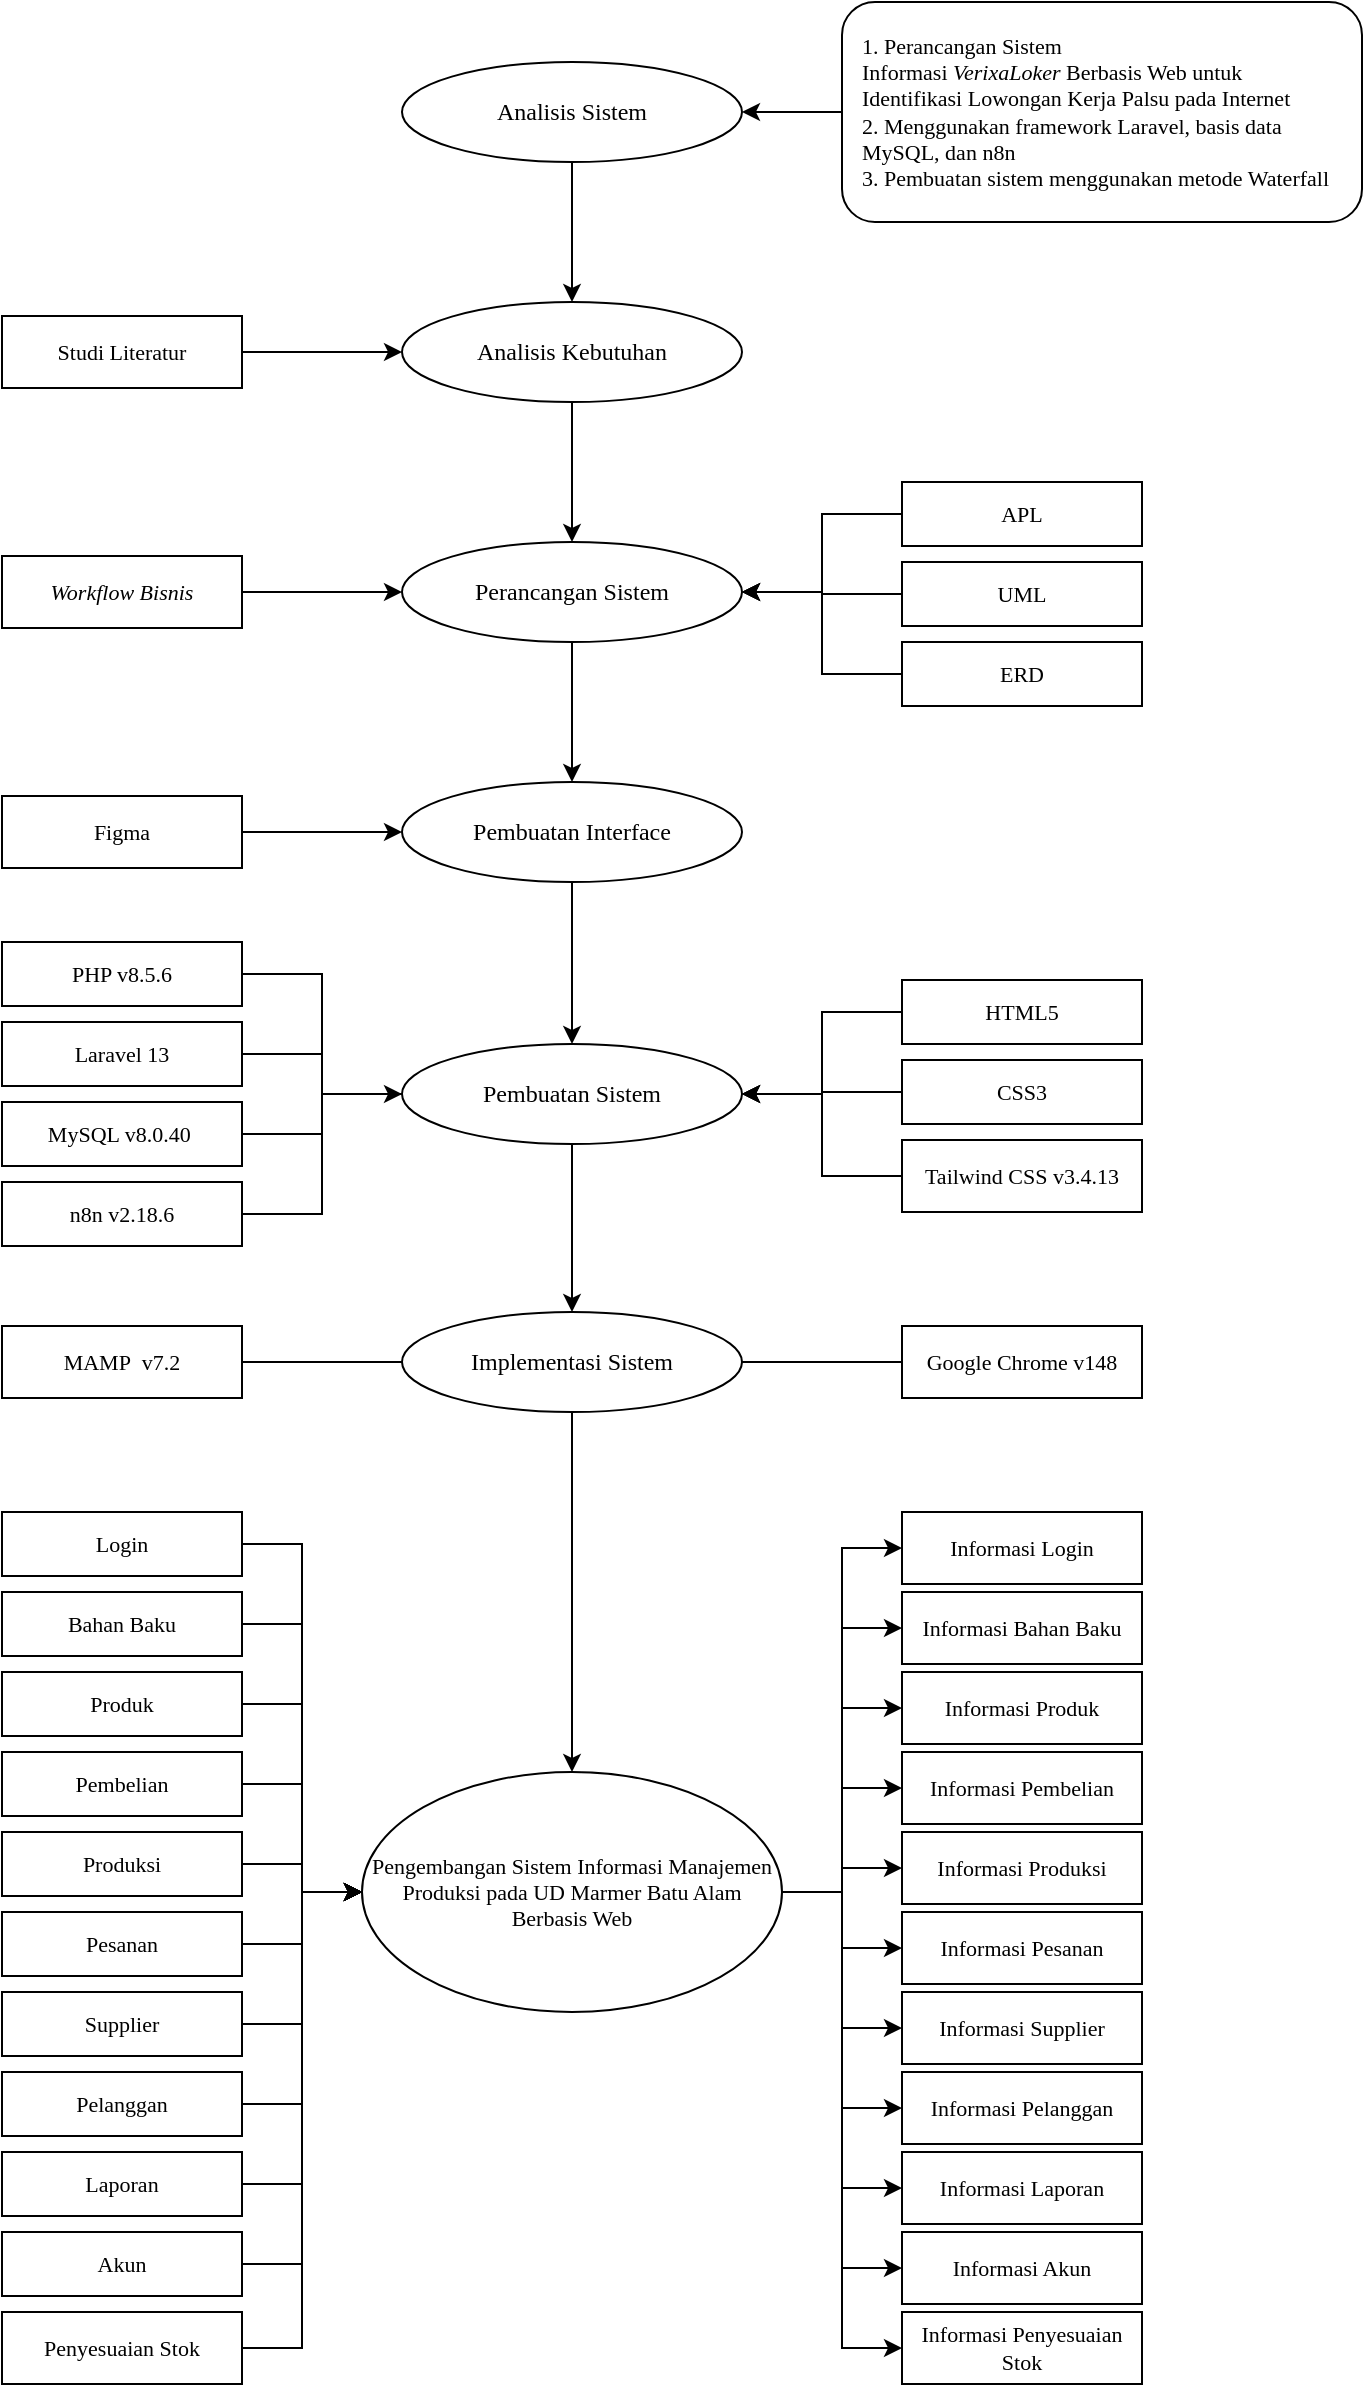
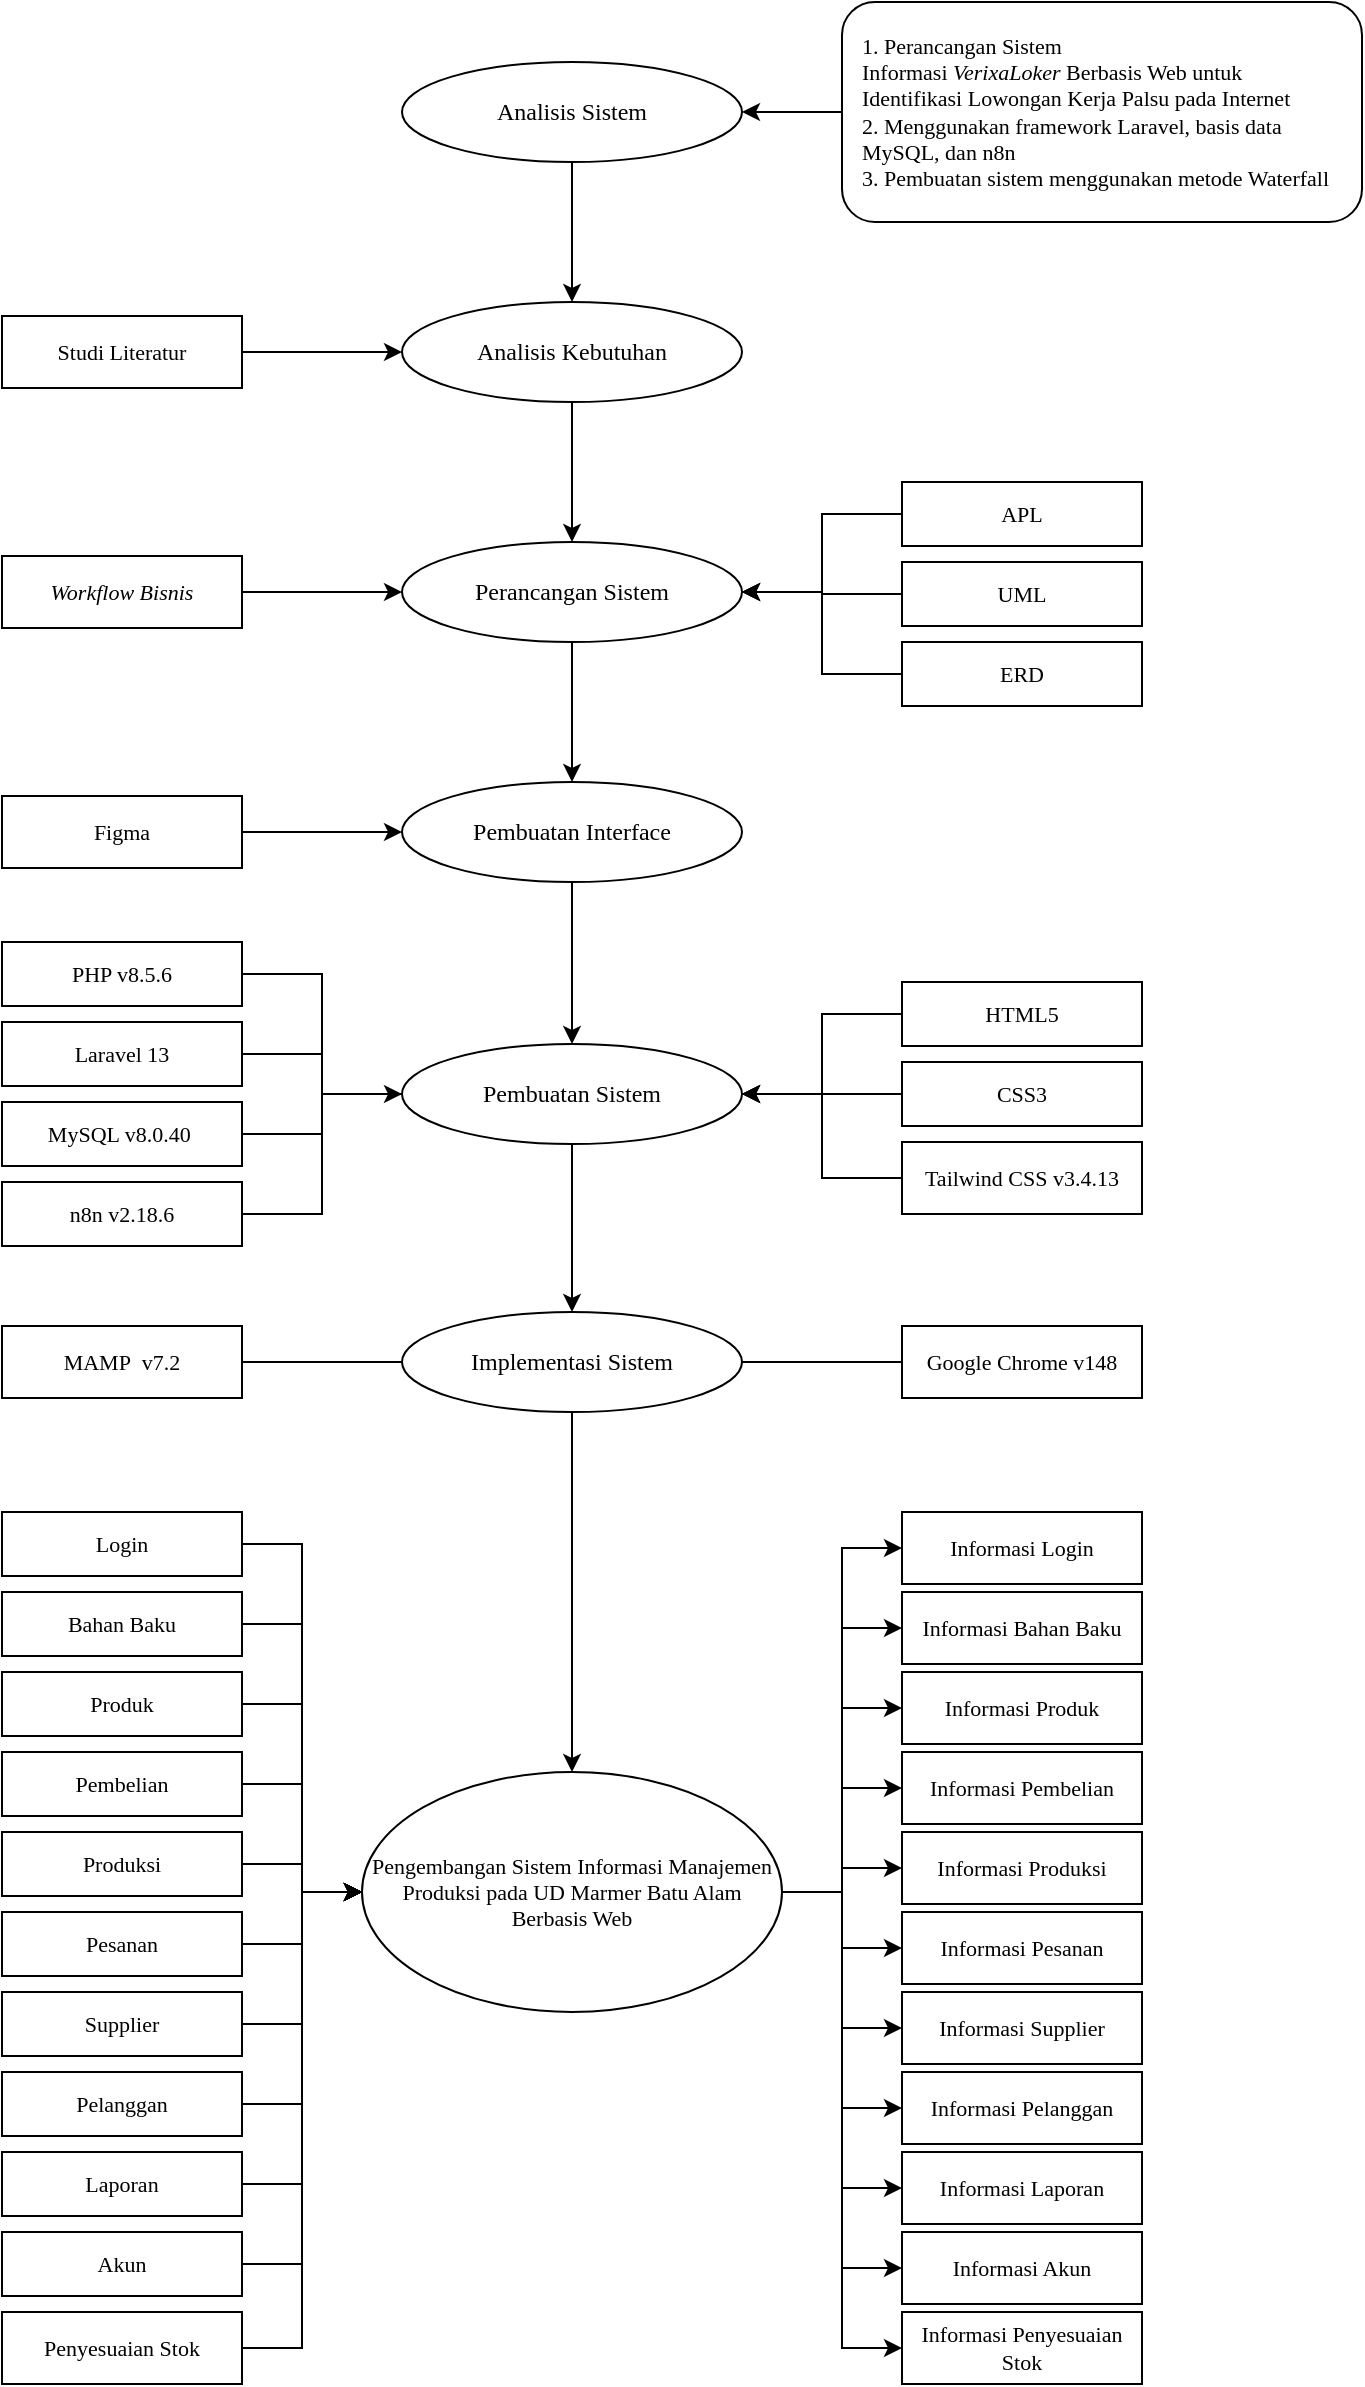
<mxfile host="app.diagrams.net">
  <diagram name="Page-1" id="yfmV3Sks-nrF4BvnnPUG">
    <mxGraphModel dx="876" dy="478" grid="1" gridSize="10" guides="1" tooltips="1" connect="1" arrows="1" fold="1" page="1" pageScale="1" pageWidth="827" pageHeight="1169" math="0" shadow="0">
      <root>
        <mxCell id="0" />
        <mxCell id="1" parent="0" />
        <mxCell id="fTyH0j3n_jQUCsVNDcWE-1" parent="1" style="ellipse;whiteSpace=wrap;html=1;fillColor=#ffffff;strokeColor=#000000;fontFamily=Times New Roman;fontSize=12;" value="Analisis Sistem" vertex="1">
          <mxGeometry height="50" width="170" x="580" y="110" as="geometry" />
        </mxCell>
        <mxCell id="fTyH0j3n_jQUCsVNDcWE-2" parent="1" style="ellipse;whiteSpace=wrap;html=1;fillColor=#ffffff;strokeColor=#000000;fontFamily=Times New Roman;fontSize=12;" value="Analisis Kebutuhan" vertex="1">
          <mxGeometry height="50" width="170" x="580" y="230" as="geometry" />
        </mxCell>
        <mxCell id="fTyH0j3n_jQUCsVNDcWE-3" parent="1" style="ellipse;whiteSpace=wrap;html=1;fillColor=#ffffff;strokeColor=#000000;fontFamily=Times New Roman;fontSize=12;" value="Perancangan Sistem" vertex="1">
          <mxGeometry height="50" width="170" x="580" y="350" as="geometry" />
        </mxCell>
        <mxCell id="fTyH0j3n_jQUCsVNDcWE-4" parent="1" style="ellipse;whiteSpace=wrap;html=1;fillColor=#ffffff;strokeColor=#000000;fontFamily=Times New Roman;fontSize=12;" value="Pembuatan Interface" vertex="1">
          <mxGeometry height="50" width="170" x="580" y="470" as="geometry" />
        </mxCell>
        <mxCell id="fTyH0j3n_jQUCsVNDcWE-5" parent="1" style="ellipse;whiteSpace=wrap;html=1;fillColor=#ffffff;strokeColor=#000000;fontFamily=Times New Roman;fontSize=12;" value="Pembuatan Sistem" vertex="1">
          <mxGeometry height="50" width="170" x="580" y="601" as="geometry" />
        </mxCell>
        <mxCell id="fTyH0j3n_jQUCsVNDcWE-6" parent="1" style="ellipse;whiteSpace=wrap;html=1;fillColor=#ffffff;strokeColor=#000000;fontFamily=Times New Roman;fontSize=12;" value="Implementasi Sistem" vertex="1">
          <mxGeometry height="50" width="170" x="580" y="735" as="geometry" />
        </mxCell>
        <mxCell id="fTyH0j3n_jQUCsVNDcWE-7" parent="1" style="ellipse;whiteSpace=wrap;html=1;fillColor=#ffffff;strokeColor=#000000;fontFamily=Times New Roman;fontSize=11;" value="Pengembangan Sistem Informasi Manajemen Produksi pada UD Marmer Batu Alam Berbasis Web" vertex="1">
          <mxGeometry height="120" width="210" x="560" y="965" as="geometry" />
        </mxCell>
        <mxCell id="fTyH0j3n_jQUCsVNDcWE-8" edge="1" parent="1" source="fTyH0j3n_jQUCsVNDcWE-1" style="endArrow=classic;html=1;rounded=0;exitX=0.5;exitY=1;entryX=0.5;entryY=0;" target="fTyH0j3n_jQUCsVNDcWE-2">
          <mxGeometry relative="1" as="geometry" />
        </mxCell>
        <mxCell id="fTyH0j3n_jQUCsVNDcWE-9" edge="1" parent="1" source="fTyH0j3n_jQUCsVNDcWE-2" style="endArrow=classic;html=1;rounded=0;exitX=0.5;exitY=1;entryX=0.5;entryY=0;" target="fTyH0j3n_jQUCsVNDcWE-3">
          <mxGeometry relative="1" as="geometry" />
        </mxCell>
        <mxCell id="fTyH0j3n_jQUCsVNDcWE-10" edge="1" parent="1" source="fTyH0j3n_jQUCsVNDcWE-3" style="endArrow=classic;html=1;rounded=0;exitX=0.5;exitY=1;entryX=0.5;entryY=0;" target="fTyH0j3n_jQUCsVNDcWE-4">
          <mxGeometry relative="1" as="geometry" />
        </mxCell>
        <mxCell id="fTyH0j3n_jQUCsVNDcWE-11" edge="1" parent="1" source="fTyH0j3n_jQUCsVNDcWE-4" style="endArrow=classic;html=1;rounded=0;exitX=0.5;exitY=1;entryX=0.5;entryY=0;" target="fTyH0j3n_jQUCsVNDcWE-5">
          <mxGeometry relative="1" as="geometry" />
        </mxCell>
        <mxCell id="fTyH0j3n_jQUCsVNDcWE-12" edge="1" parent="1" source="fTyH0j3n_jQUCsVNDcWE-5" style="endArrow=classic;html=1;rounded=0;exitX=0.5;exitY=1;entryX=0.5;entryY=0;" target="fTyH0j3n_jQUCsVNDcWE-6">
          <mxGeometry relative="1" as="geometry" />
        </mxCell>
        <mxCell id="fTyH0j3n_jQUCsVNDcWE-13" edge="1" parent="1" source="fTyH0j3n_jQUCsVNDcWE-6" style="endArrow=classic;html=1;rounded=0;exitX=0.5;exitY=1;entryX=0.5;entryY=0;" target="fTyH0j3n_jQUCsVNDcWE-7">
          <mxGeometry relative="1" as="geometry" />
        </mxCell>
        <mxCell id="fTyH0j3n_jQUCsVNDcWE-14" parent="1" style="rounded=1;whiteSpace=wrap;html=1;fillColor=#ffffff;strokeColor=#000000;fontFamily=Times New Roman;fontSize=11;align=left;verticalAlign=middle;spacingLeft=8;spacingRight=8;" value="1. Perancangan Sistem Informasi&amp;nbsp;&lt;i&gt;VerixaLoker&lt;/i&gt;&amp;nbsp;Berbasis Web&amp;nbsp;untuk Identifikasi Lowongan Kerja Palsu pada Internet&lt;br&gt;2. Menggunakan framework Laravel, basis data MySQL, dan n8n&lt;br&gt;3. Pembuatan sistem menggunakan metode Waterfall" vertex="1">
          <mxGeometry height="110" width="260" x="800" y="80" as="geometry" />
        </mxCell>
        <mxCell id="fTyH0j3n_jQUCsVNDcWE-15" edge="1" parent="1" source="fTyH0j3n_jQUCsVNDcWE-1" style="endArrow=none;html=1;rounded=0;exitX=1;exitY=0.5;entryX=0;entryY=0.5;startArrow=classic;startFill=1;" target="fTyH0j3n_jQUCsVNDcWE-14">
          <mxGeometry relative="1" as="geometry" />
        </mxCell>
        <mxCell id="fTyH0j3n_jQUCsVNDcWE-16" parent="1" style="rounded=0;whiteSpace=wrap;html=1;fillColor=#ffffff;strokeColor=#000000;fontFamily=Times New Roman;fontSize=11;" value="Studi Literatur" vertex="1">
          <mxGeometry height="36" width="120" x="380" y="237" as="geometry" />
        </mxCell>
        <mxCell id="fTyH0j3n_jQUCsVNDcWE-19" edge="1" parent="1" source="fTyH0j3n_jQUCsVNDcWE-16" style="endArrow=classic;html=1;exitX=1;exitY=0.5;entryX=0;entryY=0.5;endFill=1;" target="fTyH0j3n_jQUCsVNDcWE-2">
          <mxGeometry relative="1" as="geometry" />
        </mxCell>
        <mxCell id="fTyH0j3n_jQUCsVNDcWE-22" parent="1" style="rounded=0;whiteSpace=wrap;html=1;fillColor=#ffffff;strokeColor=#000000;fontFamily=Times New Roman;fontSize=11;fontStyle=2" value="Workflow Bisnis" vertex="1">
          <mxGeometry height="36" width="120" x="380" y="357" as="geometry" />
        </mxCell>
        <mxCell id="fTyH0j3n_jQUCsVNDcWE-23" parent="1" style="rounded=0;whiteSpace=wrap;html=1;fillColor=#ffffff;strokeColor=#000000;fontFamily=Times New Roman;fontSize=11;" value="APL" vertex="1">
          <mxGeometry height="32" width="120" x="830" y="320" as="geometry" />
        </mxCell>
        <mxCell id="fTyH0j3n_jQUCsVNDcWE-24" parent="1" style="rounded=0;whiteSpace=wrap;html=1;fillColor=#ffffff;strokeColor=#000000;fontFamily=Times New Roman;fontSize=11;" value="UML" vertex="1">
          <mxGeometry height="32" width="120" x="830" y="360" as="geometry" />
        </mxCell>
        <mxCell id="fTyH0j3n_jQUCsVNDcWE-25" parent="1" style="rounded=0;whiteSpace=wrap;html=1;fillColor=#ffffff;strokeColor=#000000;fontFamily=Times New Roman;fontSize=11;" value="ERD" vertex="1">
          <mxGeometry height="32" width="120" x="830" y="400" as="geometry" />
        </mxCell>
        <mxCell id="fTyH0j3n_jQUCsVNDcWE-26" edge="1" parent="1" source="fTyH0j3n_jQUCsVNDcWE-22" style="endArrow=classic;html=1;exitX=1;exitY=0.5;entryX=0;entryY=0.5;endFill=1;" target="fTyH0j3n_jQUCsVNDcWE-3">
          <mxGeometry relative="1" as="geometry" />
        </mxCell>
        <mxCell id="fTyH0j3n_jQUCsVNDcWE-27" edge="1" parent="1" source="fTyH0j3n_jQUCsVNDcWE-3" style="endArrow=none;html=1;exitX=1;exitY=0.5;entryX=0;entryY=0.5;startArrow=classic;startFill=1;edgeStyle=orthogonalEdgeStyle;rounded=0;curved=0;" target="fTyH0j3n_jQUCsVNDcWE-23">
          <mxGeometry relative="1" as="geometry" />
        </mxCell>
        <mxCell id="fTyH0j3n_jQUCsVNDcWE-28" edge="1" parent="1" source="fTyH0j3n_jQUCsVNDcWE-3" style="endArrow=none;html=1;exitX=1;exitY=0.5;entryX=0;entryY=0.5;startArrow=classic;startFill=1;edgeStyle=orthogonalEdgeStyle;rounded=0;curved=0;" target="fTyH0j3n_jQUCsVNDcWE-24">
          <mxGeometry relative="1" as="geometry" />
        </mxCell>
        <mxCell id="fTyH0j3n_jQUCsVNDcWE-29" edge="1" parent="1" source="fTyH0j3n_jQUCsVNDcWE-3" style="endArrow=none;html=1;exitX=1;exitY=0.5;entryX=0;entryY=0.5;startArrow=classic;startFill=1;edgeStyle=orthogonalEdgeStyle;rounded=0;curved=0;" target="fTyH0j3n_jQUCsVNDcWE-25">
          <mxGeometry relative="1" as="geometry" />
        </mxCell>
        <mxCell id="fTyH0j3n_jQUCsVNDcWE-30" parent="1" style="rounded=0;whiteSpace=wrap;html=1;fillColor=#ffffff;strokeColor=#000000;fontFamily=Times New Roman;fontSize=11;" value="Figma" vertex="1">
          <mxGeometry height="36" width="120" x="380" y="477" as="geometry" />
        </mxCell>
        <mxCell id="fTyH0j3n_jQUCsVNDcWE-31" edge="1" parent="1" source="fTyH0j3n_jQUCsVNDcWE-30" style="endArrow=classic;html=1;exitX=1;exitY=0.5;entryX=0;entryY=0.5;endFill=1;" target="fTyH0j3n_jQUCsVNDcWE-4">
          <mxGeometry relative="1" as="geometry" />
        </mxCell>
        <mxCell id="fTyH0j3n_jQUCsVNDcWE-32" parent="1" style="rounded=0;whiteSpace=wrap;html=1;fillColor=#ffffff;strokeColor=#000000;fontFamily=Times New Roman;fontSize=11;" value="PHP v8.5.6" vertex="1">
          <mxGeometry height="32" width="120" x="380" y="550" as="geometry" />
        </mxCell>
        <mxCell id="fTyH0j3n_jQUCsVNDcWE-33" parent="1" style="rounded=0;whiteSpace=wrap;html=1;fillColor=#ffffff;strokeColor=#000000;fontFamily=Times New Roman;fontSize=11;" value="Laravel 13" vertex="1">
          <mxGeometry height="32" width="120" x="380" y="590" as="geometry" />
        </mxCell>
        <mxCell id="fTyH0j3n_jQUCsVNDcWE-34" parent="1" style="rounded=0;whiteSpace=wrap;html=1;fillColor=#ffffff;strokeColor=#000000;fontFamily=Times New Roman;fontSize=11;" value="MySQL v8.0.40&amp;nbsp;" vertex="1">
          <mxGeometry height="32" width="120" x="380" y="630" as="geometry" />
        </mxCell>
        <mxCell id="fTyH0j3n_jQUCsVNDcWE-35" parent="1" style="rounded=0;whiteSpace=wrap;html=1;fillColor=#ffffff;strokeColor=#000000;fontFamily=Times New Roman;fontSize=11;" value="HTML5" vertex="1">
-           <mxGeometry height="32" width="120" x="830" y="569" as="geometry" />
+           <mxGeometry height="32" width="120" x="830" y="570" as="geometry" />
        </mxCell>
        <mxCell id="fTyH0j3n_jQUCsVNDcWE-36" parent="1" style="rounded=0;whiteSpace=wrap;html=1;fillColor=#ffffff;strokeColor=#000000;fontFamily=Times New Roman;fontSize=11;" value="CSS3" vertex="1">
-           <mxGeometry height="32" width="120" x="830" y="609" as="geometry" />
+           <mxGeometry height="32" width="120" x="830" y="610" as="geometry" />
        </mxCell>
        <mxCell id="fTyH0j3n_jQUCsVNDcWE-37" parent="1" style="rounded=0;whiteSpace=wrap;html=1;fillColor=#ffffff;strokeColor=#000000;fontFamily=Times New Roman;fontSize=11;" value="Tailwind CSS v3.4.13" vertex="1">
-           <mxGeometry height="36" width="120" x="830" y="649" as="geometry" />
+           <mxGeometry height="36" width="120" x="830" y="650" as="geometry" />
        </mxCell>
        <mxCell id="fTyH0j3n_jQUCsVNDcWE-38" edge="1" parent="1" source="fTyH0j3n_jQUCsVNDcWE-32" style="endArrow=none;html=1;exitX=1;exitY=0.5;entryX=0;entryY=0.5;edgeStyle=orthogonalEdgeStyle;rounded=0;curved=0;" target="fTyH0j3n_jQUCsVNDcWE-5">
          <mxGeometry relative="1" as="geometry" />
        </mxCell>
        <mxCell id="fTyH0j3n_jQUCsVNDcWE-39" edge="1" parent="1" source="fTyH0j3n_jQUCsVNDcWE-33" style="endArrow=none;html=1;exitX=1;exitY=0.5;entryX=0;entryY=0.5;edgeStyle=orthogonalEdgeStyle;rounded=0;curved=0;" target="fTyH0j3n_jQUCsVNDcWE-5">
          <mxGeometry relative="1" as="geometry" />
        </mxCell>
        <mxCell id="fTyH0j3n_jQUCsVNDcWE-40" edge="1" parent="1" source="fTyH0j3n_jQUCsVNDcWE-34" style="endArrow=none;html=1;exitX=1;exitY=0.5;entryX=0;entryY=0.5;edgeStyle=orthogonalEdgeStyle;rounded=0;curved=0;" target="fTyH0j3n_jQUCsVNDcWE-5">
          <mxGeometry relative="1" as="geometry" />
        </mxCell>
        <mxCell id="fTyH0j3n_jQUCsVNDcWE-41" edge="1" parent="1" source="fTyH0j3n_jQUCsVNDcWE-5" style="endArrow=none;html=1;exitX=1;exitY=0.5;entryX=0;entryY=0.5;edgeStyle=orthogonalEdgeStyle;rounded=0;curved=0;startArrow=classic;startFill=1;" target="fTyH0j3n_jQUCsVNDcWE-35">
          <mxGeometry relative="1" as="geometry" />
        </mxCell>
        <mxCell id="fTyH0j3n_jQUCsVNDcWE-42" edge="1" parent="1" source="fTyH0j3n_jQUCsVNDcWE-5" style="endArrow=none;html=1;exitX=1;exitY=0.5;entryX=0;entryY=0.5;edgeStyle=orthogonalEdgeStyle;rounded=0;curved=0;startArrow=classic;startFill=1;" target="fTyH0j3n_jQUCsVNDcWE-36">
          <mxGeometry relative="1" as="geometry" />
        </mxCell>
        <mxCell id="fTyH0j3n_jQUCsVNDcWE-43" edge="1" parent="1" source="fTyH0j3n_jQUCsVNDcWE-5" style="endArrow=none;html=1;exitX=1;exitY=0.5;entryX=0;entryY=0.5;edgeStyle=orthogonalEdgeStyle;rounded=0;curved=0;startArrow=classic;startFill=1;" target="fTyH0j3n_jQUCsVNDcWE-37">
          <mxGeometry relative="1" as="geometry" />
        </mxCell>
        <mxCell id="fTyH0j3n_jQUCsVNDcWE-44" parent="1" style="rounded=0;whiteSpace=wrap;html=1;fillColor=#ffffff;strokeColor=#000000;fontFamily=Times New Roman;fontSize=11;" value="MAMP&amp;nbsp; v7.2" vertex="1">
          <mxGeometry height="36" width="120" x="380" y="742" as="geometry" />
        </mxCell>
        <mxCell id="fTyH0j3n_jQUCsVNDcWE-45" parent="1" style="rounded=0;whiteSpace=wrap;html=1;fillColor=#ffffff;strokeColor=#000000;fontFamily=Times New Roman;fontSize=11;" value="Google Chrome v148" vertex="1">
          <mxGeometry height="36" width="120" x="830" y="742" as="geometry" />
        </mxCell>
        <mxCell id="fTyH0j3n_jQUCsVNDcWE-46" edge="1" parent="1" source="fTyH0j3n_jQUCsVNDcWE-44" style="endArrow=none;html=1;exitX=1;exitY=0.5;entryX=0;entryY=0.5;" target="fTyH0j3n_jQUCsVNDcWE-6">
          <mxGeometry relative="1" as="geometry" />
        </mxCell>
        <mxCell id="fTyH0j3n_jQUCsVNDcWE-47" edge="1" parent="1" source="fTyH0j3n_jQUCsVNDcWE-6" style="endArrow=none;html=1;exitX=1;exitY=0.5;entryX=0;entryY=0.5;" target="fTyH0j3n_jQUCsVNDcWE-45">
          <mxGeometry relative="1" as="geometry" />
        </mxCell>
        <mxCell id="fTyH0j3n_jQUCsVNDcWE-48" parent="1" style="rounded=0;whiteSpace=wrap;html=1;fillColor=#ffffff;strokeColor=#000000;fontFamily=Times New Roman;fontSize=11;" value="Login" vertex="1">
          <mxGeometry height="32" width="120" x="380" y="835" as="geometry" />
        </mxCell>
        <mxCell id="fTyH0j3n_jQUCsVNDcWE-49" parent="1" style="rounded=0;whiteSpace=wrap;html=1;fillColor=#ffffff;strokeColor=#000000;fontFamily=Times New Roman;fontSize=11;" value="Bahan Baku" vertex="1">
          <mxGeometry height="32" width="120" x="380" y="875" as="geometry" />
        </mxCell>
        <mxCell id="fTyH0j3n_jQUCsVNDcWE-50" parent="1" style="rounded=0;whiteSpace=wrap;html=1;fillColor=#ffffff;strokeColor=#000000;fontFamily=Times New Roman;fontSize=11;" value="Produk" vertex="1">
          <mxGeometry height="32" width="120" x="380" y="915" as="geometry" />
        </mxCell>
        <mxCell id="fTyH0j3n_jQUCsVNDcWE-51" parent="1" style="rounded=0;whiteSpace=wrap;html=1;fillColor=#ffffff;strokeColor=#000000;fontFamily=Times New Roman;fontSize=11;" value="Pembelian" vertex="1">
          <mxGeometry height="32" width="120" x="380" y="955" as="geometry" />
        </mxCell>
        <mxCell id="fTyH0j3n_jQUCsVNDcWE-52" parent="1" style="rounded=0;whiteSpace=wrap;html=1;fillColor=#ffffff;strokeColor=#000000;fontFamily=Times New Roman;fontSize=11;" value="Produksi" vertex="1">
          <mxGeometry height="32" width="120" x="380" y="995" as="geometry" />
        </mxCell>
        <mxCell id="fTyH0j3n_jQUCsVNDcWE-53" parent="1" style="rounded=0;whiteSpace=wrap;html=1;fillColor=#ffffff;strokeColor=#000000;fontFamily=Times New Roman;fontSize=11;" value="Pesanan" vertex="1">
          <mxGeometry height="32" width="120" x="380" y="1035" as="geometry" />
        </mxCell>
        <mxCell id="fTyH0j3n_jQUCsVNDcWE-54" parent="1" style="rounded=0;whiteSpace=wrap;html=1;fillColor=#ffffff;strokeColor=#000000;fontFamily=Times New Roman;fontSize=11;" value="Supplier" vertex="1">
          <mxGeometry height="32" width="120" x="380" y="1075" as="geometry" />
        </mxCell>
        <mxCell id="fTyH0j3n_jQUCsVNDcWE-55" parent="1" style="rounded=0;whiteSpace=wrap;html=1;fillColor=#ffffff;strokeColor=#000000;fontFamily=Times New Roman;fontSize=11;" value="Pelanggan" vertex="1">
          <mxGeometry height="32" width="120" x="380" y="1115" as="geometry" />
        </mxCell>
        <mxCell id="fTyH0j3n_jQUCsVNDcWE-56" parent="1" style="rounded=0;whiteSpace=wrap;html=1;fillColor=#ffffff;strokeColor=#000000;fontFamily=Times New Roman;fontSize=11;" value="Laporan" vertex="1">
          <mxGeometry height="32" width="120" x="380" y="1155" as="geometry" />
        </mxCell>
        <mxCell id="fTyH0j3n_jQUCsVNDcWE-57" parent="1" style="rounded=0;whiteSpace=wrap;html=1;fillColor=#ffffff;strokeColor=#000000;fontFamily=Times New Roman;fontSize=11;" value="Akun" vertex="1">
          <mxGeometry height="32" width="120" x="380" y="1195" as="geometry" />
        </mxCell>
        <mxCell id="fTyH0j3n_jQUCsVNDcWE-58" parent="1" style="rounded=0;whiteSpace=wrap;html=1;fillColor=#ffffff;strokeColor=#000000;fontFamily=Times New Roman;fontSize=11;" value="Penyesuaian Stok" vertex="1">
          <mxGeometry height="36" width="120" x="380" y="1235" as="geometry" />
        </mxCell>
        <mxCell id="fTyH0j3n_jQUCsVNDcWE-59" edge="1" parent="1" source="fTyH0j3n_jQUCsVNDcWE-48" style="endArrow=classic;html=1;exitX=1;exitY=0.5;entryX=0;entryY=0.5;edgeStyle=orthogonalEdgeStyle;rounded=0;curved=0;endFill=1;" target="fTyH0j3n_jQUCsVNDcWE-7">
          <mxGeometry relative="1" as="geometry" />
        </mxCell>
        <mxCell id="fTyH0j3n_jQUCsVNDcWE-60" edge="1" parent="1" source="fTyH0j3n_jQUCsVNDcWE-49" style="endArrow=classic;html=1;exitX=1;exitY=0.5;entryX=0;entryY=0.5;edgeStyle=orthogonalEdgeStyle;rounded=0;curved=0;endFill=1;" target="fTyH0j3n_jQUCsVNDcWE-7">
          <mxGeometry relative="1" as="geometry" />
        </mxCell>
        <mxCell id="fTyH0j3n_jQUCsVNDcWE-61" edge="1" parent="1" source="fTyH0j3n_jQUCsVNDcWE-50" style="endArrow=classic;html=1;exitX=1;exitY=0.5;entryX=0;entryY=0.5;edgeStyle=orthogonalEdgeStyle;rounded=0;curved=0;endFill=1;" target="fTyH0j3n_jQUCsVNDcWE-7">
          <mxGeometry relative="1" as="geometry" />
        </mxCell>
        <mxCell id="fTyH0j3n_jQUCsVNDcWE-62" edge="1" parent="1" source="fTyH0j3n_jQUCsVNDcWE-51" style="endArrow=none;html=1;exitX=1;exitY=0.5;entryX=0;entryY=0.5;edgeStyle=orthogonalEdgeStyle;rounded=0;curved=0;" target="fTyH0j3n_jQUCsVNDcWE-7">
          <mxGeometry relative="1" as="geometry" />
        </mxCell>
        <mxCell id="fTyH0j3n_jQUCsVNDcWE-63" edge="1" parent="1" source="fTyH0j3n_jQUCsVNDcWE-52" style="endArrow=classic;html=1;exitX=1;exitY=0.5;entryX=0;entryY=0.5;edgeStyle=orthogonalEdgeStyle;rounded=0;curved=0;endFill=1;" target="fTyH0j3n_jQUCsVNDcWE-7">
          <mxGeometry relative="1" as="geometry" />
        </mxCell>
        <mxCell id="fTyH0j3n_jQUCsVNDcWE-64" edge="1" parent="1" source="fTyH0j3n_jQUCsVNDcWE-53" style="endArrow=classic;html=1;exitX=1;exitY=0.5;entryX=0;entryY=0.5;edgeStyle=orthogonalEdgeStyle;rounded=0;curved=0;endFill=1;" target="fTyH0j3n_jQUCsVNDcWE-7">
          <mxGeometry relative="1" as="geometry" />
        </mxCell>
        <mxCell id="fTyH0j3n_jQUCsVNDcWE-65" edge="1" parent="1" source="fTyH0j3n_jQUCsVNDcWE-54" style="endArrow=classic;html=1;exitX=1;exitY=0.5;entryX=0;entryY=0.5;edgeStyle=orthogonalEdgeStyle;rounded=0;curved=0;endFill=1;" target="fTyH0j3n_jQUCsVNDcWE-7">
          <mxGeometry relative="1" as="geometry" />
        </mxCell>
        <mxCell id="fTyH0j3n_jQUCsVNDcWE-66" edge="1" parent="1" source="fTyH0j3n_jQUCsVNDcWE-55" style="endArrow=classic;html=1;exitX=1;exitY=0.5;entryX=0;entryY=0.5;edgeStyle=orthogonalEdgeStyle;rounded=0;curved=0;endFill=1;" target="fTyH0j3n_jQUCsVNDcWE-7">
          <mxGeometry relative="1" as="geometry" />
        </mxCell>
        <mxCell id="fTyH0j3n_jQUCsVNDcWE-67" edge="1" parent="1" source="fTyH0j3n_jQUCsVNDcWE-56" style="endArrow=classic;html=1;exitX=1;exitY=0.5;entryX=0;entryY=0.5;edgeStyle=orthogonalEdgeStyle;rounded=0;curved=0;endFill=1;" target="fTyH0j3n_jQUCsVNDcWE-7">
          <mxGeometry relative="1" as="geometry" />
        </mxCell>
        <mxCell id="fTyH0j3n_jQUCsVNDcWE-68" edge="1" parent="1" source="fTyH0j3n_jQUCsVNDcWE-57" style="endArrow=classic;html=1;exitX=1;exitY=0.5;entryX=0;entryY=0.5;edgeStyle=orthogonalEdgeStyle;rounded=0;curved=0;endFill=1;" target="fTyH0j3n_jQUCsVNDcWE-7">
          <mxGeometry relative="1" as="geometry" />
        </mxCell>
        <mxCell id="fTyH0j3n_jQUCsVNDcWE-69" edge="1" parent="1" source="fTyH0j3n_jQUCsVNDcWE-58" style="endArrow=classic;html=1;exitX=1;exitY=0.5;entryX=0;entryY=0.5;edgeStyle=orthogonalEdgeStyle;rounded=0;curved=0;endFill=1;" target="fTyH0j3n_jQUCsVNDcWE-7">
          <mxGeometry relative="1" as="geometry" />
        </mxCell>
        <mxCell id="fTyH0j3n_jQUCsVNDcWE-70" parent="1" style="rounded=0;whiteSpace=wrap;html=1;fillColor=#ffffff;strokeColor=#000000;fontFamily=Times New Roman;fontSize=11;" value="Informasi Login" vertex="1">
          <mxGeometry height="36" width="120" x="830" y="835" as="geometry" />
        </mxCell>
        <mxCell id="fTyH0j3n_jQUCsVNDcWE-71" parent="1" style="rounded=0;whiteSpace=wrap;html=1;fillColor=#ffffff;strokeColor=#000000;fontFamily=Times New Roman;fontSize=11;" value="Informasi Bahan Baku" vertex="1">
          <mxGeometry height="36" width="120" x="830" y="875" as="geometry" />
        </mxCell>
        <mxCell id="fTyH0j3n_jQUCsVNDcWE-72" parent="1" style="rounded=0;whiteSpace=wrap;html=1;fillColor=#ffffff;strokeColor=#000000;fontFamily=Times New Roman;fontSize=11;" value="Informasi Produk" vertex="1">
          <mxGeometry height="36" width="120" x="830" y="915" as="geometry" />
        </mxCell>
        <mxCell id="fTyH0j3n_jQUCsVNDcWE-73" parent="1" style="rounded=0;whiteSpace=wrap;html=1;fillColor=#ffffff;strokeColor=#000000;fontFamily=Times New Roman;fontSize=11;" value="Informasi Pembelian" vertex="1">
          <mxGeometry height="36" width="120" x="830" y="955" as="geometry" />
        </mxCell>
        <mxCell id="fTyH0j3n_jQUCsVNDcWE-74" parent="1" style="rounded=0;whiteSpace=wrap;html=1;fillColor=#ffffff;strokeColor=#000000;fontFamily=Times New Roman;fontSize=11;" value="Informasi Produksi" vertex="1">
          <mxGeometry height="36" width="120" x="830" y="995" as="geometry" />
        </mxCell>
        <mxCell id="fTyH0j3n_jQUCsVNDcWE-75" parent="1" style="rounded=0;whiteSpace=wrap;html=1;fillColor=#ffffff;strokeColor=#000000;fontFamily=Times New Roman;fontSize=11;" value="Informasi Pesanan" vertex="1">
          <mxGeometry height="36" width="120" x="830" y="1035" as="geometry" />
        </mxCell>
        <mxCell id="fTyH0j3n_jQUCsVNDcWE-76" parent="1" style="rounded=0;whiteSpace=wrap;html=1;fillColor=#ffffff;strokeColor=#000000;fontFamily=Times New Roman;fontSize=11;" value="Informasi Supplier" vertex="1">
          <mxGeometry height="36" width="120" x="830" y="1075" as="geometry" />
        </mxCell>
        <mxCell id="fTyH0j3n_jQUCsVNDcWE-77" parent="1" style="rounded=0;whiteSpace=wrap;html=1;fillColor=#ffffff;strokeColor=#000000;fontFamily=Times New Roman;fontSize=11;" value="Informasi Pelanggan" vertex="1">
          <mxGeometry height="36" width="120" x="830" y="1115" as="geometry" />
        </mxCell>
        <mxCell id="fTyH0j3n_jQUCsVNDcWE-78" parent="1" style="rounded=0;whiteSpace=wrap;html=1;fillColor=#ffffff;strokeColor=#000000;fontFamily=Times New Roman;fontSize=11;" value="Informasi Laporan" vertex="1">
          <mxGeometry height="36" width="120" x="830" y="1155" as="geometry" />
        </mxCell>
        <mxCell id="fTyH0j3n_jQUCsVNDcWE-79" parent="1" style="rounded=0;whiteSpace=wrap;html=1;fillColor=#ffffff;strokeColor=#000000;fontFamily=Times New Roman;fontSize=11;" value="Informasi Akun" vertex="1">
          <mxGeometry height="36" width="120" x="830" y="1195" as="geometry" />
        </mxCell>
        <mxCell id="fTyH0j3n_jQUCsVNDcWE-80" parent="1" style="rounded=0;whiteSpace=wrap;html=1;fillColor=#ffffff;strokeColor=#000000;fontFamily=Times New Roman;fontSize=11;" value="Informasi Penyesuaian Stok" vertex="1">
          <mxGeometry height="36" width="120" x="830" y="1235" as="geometry" />
        </mxCell>
        <mxCell id="fTyH0j3n_jQUCsVNDcWE-81" edge="1" parent="1" source="fTyH0j3n_jQUCsVNDcWE-7" style="endArrow=classic;html=1;exitX=1;exitY=0.5;entryX=0;entryY=0.5;rounded=0;edgeStyle=orthogonalEdgeStyle;endFill=1;" target="fTyH0j3n_jQUCsVNDcWE-70">
          <mxGeometry relative="1" as="geometry" />
        </mxCell>
        <mxCell id="fTyH0j3n_jQUCsVNDcWE-82" edge="1" parent="1" source="fTyH0j3n_jQUCsVNDcWE-7" style="endArrow=classic;html=1;exitX=1;exitY=0.5;entryX=0;entryY=0.5;rounded=0;edgeStyle=orthogonalEdgeStyle;endFill=1;" target="fTyH0j3n_jQUCsVNDcWE-71">
          <mxGeometry relative="1" as="geometry" />
        </mxCell>
        <mxCell id="fTyH0j3n_jQUCsVNDcWE-83" edge="1" parent="1" source="fTyH0j3n_jQUCsVNDcWE-7" style="endArrow=classic;html=1;exitX=1;exitY=0.5;entryX=0;entryY=0.5;rounded=0;edgeStyle=orthogonalEdgeStyle;endFill=1;" target="fTyH0j3n_jQUCsVNDcWE-72">
          <mxGeometry relative="1" as="geometry" />
        </mxCell>
        <mxCell id="fTyH0j3n_jQUCsVNDcWE-84" edge="1" parent="1" source="fTyH0j3n_jQUCsVNDcWE-7" style="endArrow=classic;html=1;exitX=1;exitY=0.5;entryX=0;entryY=0.5;rounded=0;edgeStyle=orthogonalEdgeStyle;endFill=1;" target="fTyH0j3n_jQUCsVNDcWE-73">
          <mxGeometry relative="1" as="geometry" />
        </mxCell>
        <mxCell id="fTyH0j3n_jQUCsVNDcWE-85" edge="1" parent="1" source="fTyH0j3n_jQUCsVNDcWE-7" style="endArrow=classic;html=1;exitX=1;exitY=0.5;entryX=0;entryY=0.5;rounded=0;edgeStyle=orthogonalEdgeStyle;endFill=1;" target="fTyH0j3n_jQUCsVNDcWE-74">
          <mxGeometry relative="1" as="geometry" />
        </mxCell>
        <mxCell id="fTyH0j3n_jQUCsVNDcWE-86" edge="1" parent="1" source="fTyH0j3n_jQUCsVNDcWE-7" style="endArrow=classic;html=1;exitX=1;exitY=0.5;entryX=0;entryY=0.5;rounded=0;edgeStyle=orthogonalEdgeStyle;endFill=1;" target="fTyH0j3n_jQUCsVNDcWE-75">
          <mxGeometry relative="1" as="geometry" />
        </mxCell>
        <mxCell id="fTyH0j3n_jQUCsVNDcWE-87" edge="1" parent="1" source="fTyH0j3n_jQUCsVNDcWE-7" style="endArrow=classic;html=1;exitX=1;exitY=0.5;entryX=0;entryY=0.5;rounded=0;edgeStyle=orthogonalEdgeStyle;endFill=1;" target="fTyH0j3n_jQUCsVNDcWE-76">
          <mxGeometry relative="1" as="geometry" />
        </mxCell>
        <mxCell id="fTyH0j3n_jQUCsVNDcWE-88" edge="1" parent="1" source="fTyH0j3n_jQUCsVNDcWE-7" style="endArrow=classic;html=1;exitX=1;exitY=0.5;entryX=0;entryY=0.5;rounded=0;edgeStyle=orthogonalEdgeStyle;endFill=1;" target="fTyH0j3n_jQUCsVNDcWE-77">
          <mxGeometry relative="1" as="geometry" />
        </mxCell>
        <mxCell id="fTyH0j3n_jQUCsVNDcWE-89" edge="1" parent="1" source="fTyH0j3n_jQUCsVNDcWE-7" style="endArrow=classic;html=1;exitX=1;exitY=0.5;entryX=0;entryY=0.5;rounded=0;edgeStyle=orthogonalEdgeStyle;endFill=1;" target="fTyH0j3n_jQUCsVNDcWE-78">
          <mxGeometry relative="1" as="geometry" />
        </mxCell>
        <mxCell id="fTyH0j3n_jQUCsVNDcWE-90" edge="1" parent="1" source="fTyH0j3n_jQUCsVNDcWE-7" style="endArrow=classic;html=1;exitX=1;exitY=0.5;entryX=0;entryY=0.5;rounded=0;edgeStyle=orthogonalEdgeStyle;endFill=1;" target="fTyH0j3n_jQUCsVNDcWE-79">
          <mxGeometry relative="1" as="geometry" />
        </mxCell>
        <mxCell id="fTyH0j3n_jQUCsVNDcWE-91" edge="1" parent="1" source="fTyH0j3n_jQUCsVNDcWE-7" style="endArrow=classic;html=1;exitX=1;exitY=0.5;entryX=0;entryY=0.5;rounded=0;edgeStyle=orthogonalEdgeStyle;endFill=1;" target="fTyH0j3n_jQUCsVNDcWE-80">
          <mxGeometry relative="1" as="geometry" />
        </mxCell>
        <mxCell id="N9CpWy_333Ilmsceh_oc-2" edge="1" parent="1" source="N9CpWy_333Ilmsceh_oc-1" style="edgeStyle=orthogonalEdgeStyle;rounded=0;orthogonalLoop=1;jettySize=auto;html=1;exitX=1;exitY=0.5;exitDx=0;exitDy=0;entryX=0;entryY=0.5;entryDx=0;entryDy=0;" target="fTyH0j3n_jQUCsVNDcWE-5">
          <mxGeometry relative="1" as="geometry" />
        </mxCell>
        <mxCell id="N9CpWy_333Ilmsceh_oc-1" parent="1" style="rounded=0;whiteSpace=wrap;html=1;fillColor=#ffffff;strokeColor=#000000;fontFamily=Times New Roman;fontSize=11;" value="n8n v2.18.6" vertex="1">
          <mxGeometry height="32" width="120" x="380" y="670" as="geometry" />
        </mxCell>
      </root>
    </mxGraphModel>
  </diagram>
</mxfile>
